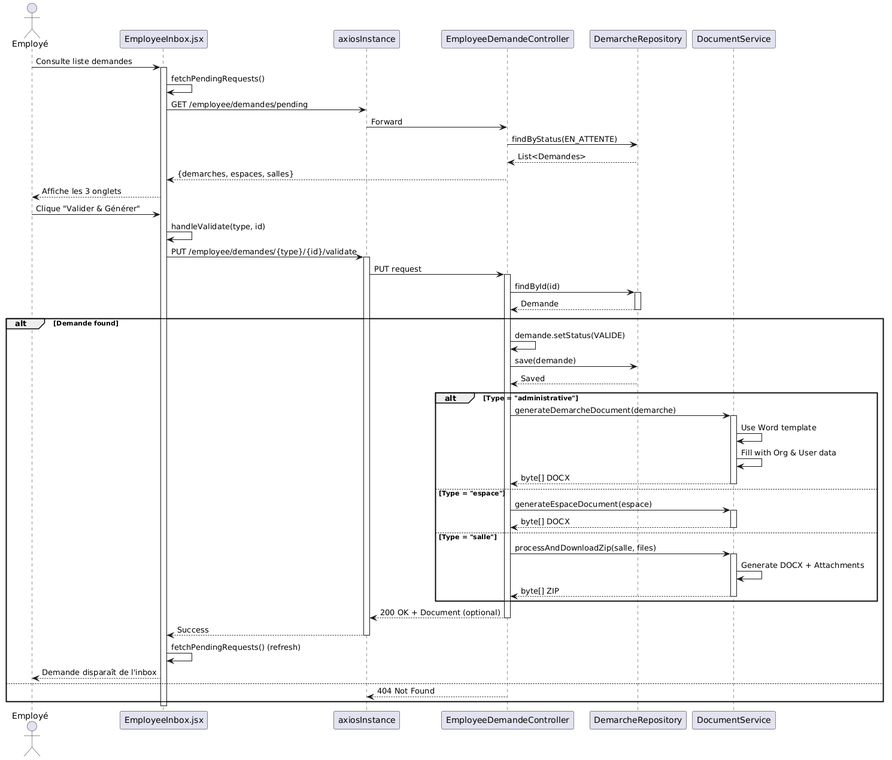
This is sequence emp valid.png from elmahd1/ccis-project, a PlantUML export, as it was before one commit.
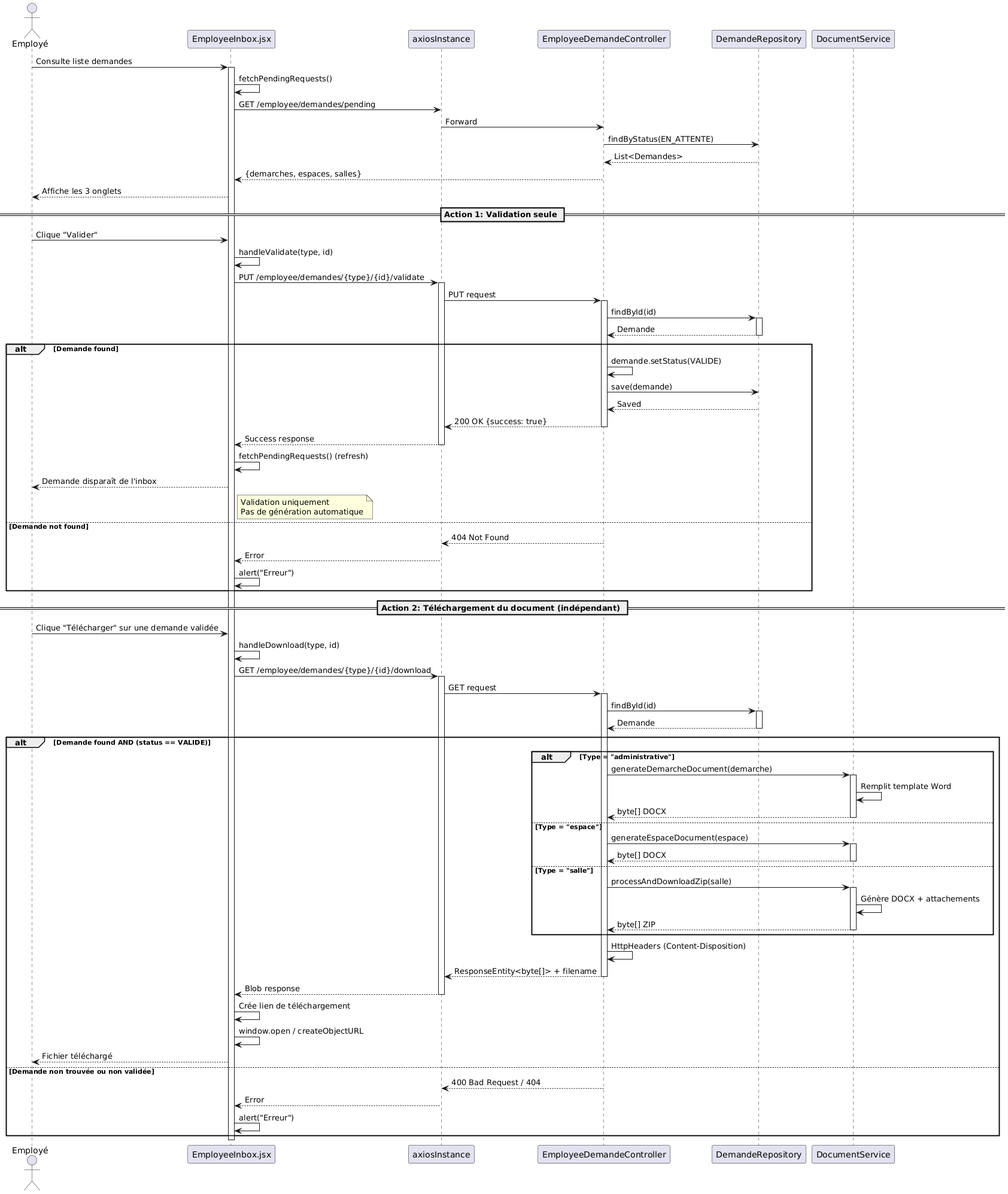
After the commit.

What changed in the source:
```diff
@@ -3,7 +3,7 @@
 participant "EmployeeInbox.jsx" as Inbox
 participant "axiosInstance" as Axios
 participant "EmployeeDemandeController" as Ctrl
-participant "DemarcheRepository" as Repo
+participant "DemandeRepository" as Repo
 participant "DocumentService" as DocService
 
 Emp -> Inbox: Consulte liste demandes
@@ -17,7 +17,8 @@
 Ctrl --> Inbox: {demarches, espaces, salles}
 Inbox --> Emp: Affiche les 3 onglets
 
-Emp -> Inbox: Clique "Valider & Générer"
+== Action 1: Validation seule ==
+Emp -> Inbox: Clique "Valider"
 Inbox -> Inbox: handleValidate(type, id)
 Inbox -> Axios: PUT /employee/demandes/{type}/{id}/validate
 activate Axios
@@ -34,13 +35,46 @@
     Ctrl -> Ctrl: demande.setStatus(VALIDE)
     Ctrl -> Repo: save(demande)
     Repo --> Ctrl: Saved
-    deactivate Repo
 
+    Ctrl --> Axios: 200 OK {success: true}
+    deactivate Ctrl
+
+    Axios --> Inbox: Success response
+    deactivate Axios
+
+    Inbox -> Inbox: fetchPendingRequests() (refresh)
+    Inbox --> Emp: Demande disparaît de l'inbox
+
+    note right of Inbox
+      Validation uniquement
+      Pas de génération automatique
+    end note
+
+else Demande not found
+    Ctrl --> Axios: 404 Not Found
+    Axios --> Inbox: Error
+    Inbox -> Inbox: alert("Erreur")
+end
+
+== Action 2: Téléchargement du document (indépendant) ==
+Emp -> Inbox: Clique "Télécharger" sur une demande validée
+Inbox -> Inbox: handleDownload(type, id)
+Inbox -> Axios: GET /employee/demandes/{type}/{id}/download
+activate Axios
+
+Axios -> Ctrl: GET request
+activate Ctrl
+
+Ctrl -> Repo: findById(id)
+activate Repo
+Repo --> Ctrl: Demande
+deactivate Repo
+
+alt Demande found AND (status == VALIDE)
     alt Type = "administrative"
         Ctrl -> DocService: generateDemarcheDocument(demarche)
         activate DocService
-        DocService -> DocService: Use Word template
-        DocService -> DocService: Fill with Org & User data
+        DocService -> DocService: Remplit template Word
         DocService --> Ctrl: byte[] DOCX
         deactivate DocService
     else Type = "espace"
@@ -49,23 +83,29 @@
         DocService --> Ctrl: byte[] DOCX
         deactivate DocService
     else Type = "salle"
-        Ctrl -> DocService: processAndDownloadZip(salle, files)
+        Ctrl -> DocService: processAndDownloadZip(salle)
         activate DocService
-        DocService -> DocService: Generate DOCX + Attachments
+        DocService -> DocService: Génère DOCX + attachements
         DocService --> Ctrl: byte[] ZIP
         deactivate DocService
     end
 
-    Ctrl --> Axios: 200 OK + Document (optional)
+    Ctrl -> Ctrl: HttpHeaders (Content-Disposition)
+    Ctrl --> Axios: ResponseEntity<byte[]> + filename
     deactivate Ctrl
 
-    Axios --> Inbox: Success
+    Axios --> Inbox: Blob response
     deactivate Axios
 
-    Inbox -> Inbox: fetchPendingRequests() (refresh)
-    Inbox --> Emp: Demande disparaît de l'inbox
-else
-    Ctrl --> Axios: 404 Not Found
+    Inbox -> Inbox: Crée lien de téléchargement
+    Inbox -> Inbox: window.open / createObjectURL
+    Inbox --> Emp: Fichier téléchargé
+
+else Demande non trouvée ou non validée
+    Ctrl --> Axios: 400 Bad Request / 404
+    Axios --> Inbox: Error
+    Inbox -> Inbox: alert("Erreur")
 end
+
 deactivate Inbox
 @enduml
```
